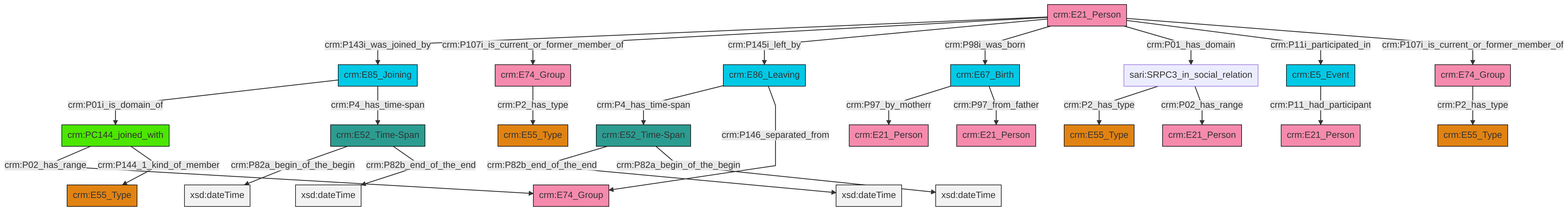
swiss-art-research-net/docs.swissartresearch keeps this Mermaid diagram as et/personCSV/ttl/mmd/png/Person_Actor_Relations.png. Above is the earlier version. Its source is kept beside it as et/personCSV/ttl/mmd/Person_Actor_Relations.ttl.mmd.
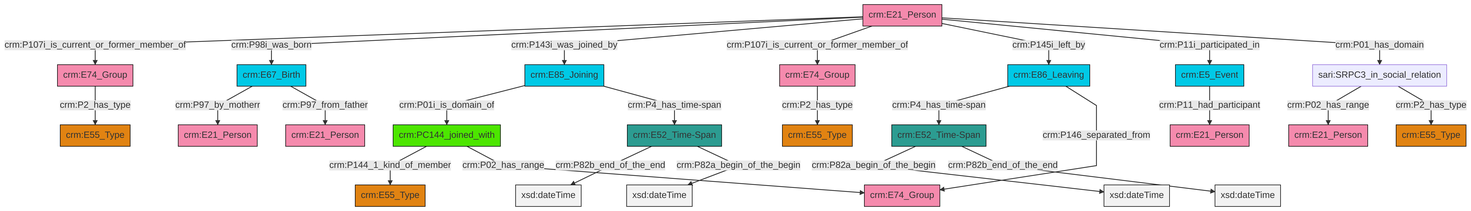
After the change.

Diff of the diagram source:
```diff
@@ -13,27 +13,27 @@
 classDef PC_Classes fill:#4ce600, stroke:#000000;
 classDef Multi fill:#cccccc,stroke:#000000;
 
-0["crm:E52_Time-Span"]:::Time-Span -->|crm:P82a_begin_of_the_begin| 1[xsd:dateTime]:::Literal
-4["crm:E21_Person"]:::Actor -->|crm:P143i_was_joined_by| 5["crm:E85_Joining"]:::Temporal_Entity
-10["crm:E67_Birth"]:::Temporal_Entity -->|crm:P97_by_motherr| 11["crm:E21_Person"]:::Actor
-17["crm:E74_Group"]:::Actor -->|crm:P2_has_type| 18["crm:E55_Type"]:::Type
-19["crm:E52_Time-Span"]:::Time-Span -->|crm:P82b_end_of_the_end| 20[xsd:dateTime]:::Literal
-0["crm:E52_Time-Span"]:::Time-Span -->|crm:P82b_end_of_the_end| 23[xsd:dateTime]:::Literal
-21["crm:E74_Group"]:::Actor -->|crm:P2_has_type| 7["crm:E55_Type"]:::Type
-4["crm:E21_Person"]:::Actor -->|crm:P107i_is_current_or_former_member_of| 17["crm:E74_Group"]:::Actor
-4["crm:E21_Person"]:::Actor -->|crm:P145i_left_by| 12["crm:E86_Leaving"]:::Temporal_Entity
-29["crm:PC144_joined_with"]:::PC_Classes -->|crm:P02_has_range| 30["crm:E74_Group"]:::Actor
-5["crm:E85_Joining"]:::Temporal_Entity -->|crm:P01i_is_domain_of| 29["crm:PC144_joined_with"]:::PC_Classes
-19["crm:E52_Time-Span"]:::Time-Span -->|crm:P82a_begin_of_the_begin| 32[xsd:dateTime]:::Literal
-4["crm:E21_Person"]:::Actor -->|crm:P98i_was_born| 10["crm:E67_Birth"]:::Temporal_Entity
-35["sari:SRPC3_in_social_relation"]:::Default -->|crm:P2_has_type| 36["crm:E55_Type"]:::Type
-10["crm:E67_Birth"]:::Temporal_Entity -->|crm:P97_from_father| 2["crm:E21_Person"]:::Actor
-4["crm:E21_Person"]:::Actor -->|crm:P01_has_domain| 35["sari:SRPC3_in_social_relation"]:::Default
-5["crm:E85_Joining"]:::Temporal_Entity -->|crm:P4_has_time-span| 0["crm:E52_Time-Span"]:::Time-Span
-12["crm:E86_Leaving"]:::Temporal_Entity -->|crm:P4_has_time-span| 19["crm:E52_Time-Span"]:::Time-Span
-35["sari:SRPC3_in_social_relation"]:::Default -->|crm:P02_has_range| 14["crm:E21_Person"]:::Actor
-27["crm:E5_Event"]:::Temporal_Entity -->|crm:P11_had_participant| 24["crm:E21_Person"]:::Actor
-4["crm:E21_Person"]:::Actor -->|crm:P11i_participated_in| 27["crm:E5_Event"]:::Temporal_Entity
-12["crm:E86_Leaving"]:::Temporal_Entity -->|crm:P146_separated_from| 30["crm:E74_Group"]:::Actor
-29["crm:PC144_joined_with"]:::PC_Classes -->|crm:P144_1_kind_of_member| 33["crm:E55_Type"]:::Type
-4["crm:E21_Person"]:::Actor -->|crm:P107i_is_current_or_former_member_of| 21["crm:E74_Group"]:::Actor
+0["sari:SRPC3_in_social_relation"]:::Default -->|crm:P02_has_range| 6["crm:E21_Person"]:::Actor
+9["crm:E52_Time-Span"]:::Time-Span -->|crm:P82b_end_of_the_end| 10[xsd:dateTime]:::Literal
+4["crm:E67_Birth"]:::Temporal_Entity -->|crm:P97_by_motherr| 18["crm:E21_Person"]:::Actor
+19["crm:E85_Joining"]:::Temporal_Entity -->|crm:P01i_is_domain_of| 20["crm:PC144_joined_with"]:::PC_Classes
+0["sari:SRPC3_in_social_relation"]:::Default -->|crm:P2_has_type| 7["crm:E55_Type"]:::Type
+31["crm:E21_Person"]:::Actor -->|crm:P107i_is_current_or_former_member_of| 26["crm:E74_Group"]:::Actor
+11["crm:E52_Time-Span"]:::Time-Span -->|crm:P82a_begin_of_the_begin| 32[xsd:dateTime]:::Literal
+31["crm:E21_Person"]:::Actor -->|crm:P98i_was_born| 4["crm:E67_Birth"]:::Temporal_Entity
+19["crm:E85_Joining"]:::Temporal_Entity -->|crm:P4_has_time-span| 9["crm:E52_Time-Span"]:::Time-Span
+20["crm:PC144_joined_with"]:::PC_Classes -->|crm:P144_1_kind_of_member| 13["crm:E55_Type"]:::Type
+9["crm:E52_Time-Span"]:::Time-Span -->|crm:P82a_begin_of_the_begin| 37[xsd:dateTime]:::Literal
+24["crm:E86_Leaving"]:::Temporal_Entity -->|crm:P4_has_time-span| 11["crm:E52_Time-Span"]:::Time-Span
+31["crm:E21_Person"]:::Actor -->|crm:P143i_was_joined_by| 19["crm:E85_Joining"]:::Temporal_Entity
+26["crm:E74_Group"]:::Actor -->|crm:P2_has_type| 15["crm:E55_Type"]:::Type
+24["crm:E86_Leaving"]:::Temporal_Entity -->|crm:P146_separated_from| 41["crm:E74_Group"]:::Actor
+11["crm:E52_Time-Span"]:::Time-Span -->|crm:P82b_end_of_the_end| 43[xsd:dateTime]:::Literal
+31["crm:E21_Person"]:::Actor -->|crm:P107i_is_current_or_former_member_of| 29["crm:E74_Group"]:::Actor
+29["crm:E74_Group"]:::Actor -->|crm:P2_has_type| 22["crm:E55_Type"]:::Type
+31["crm:E21_Person"]:::Actor -->|crm:P145i_left_by| 24["crm:E86_Leaving"]:::Temporal_Entity
+4["crm:E67_Birth"]:::Temporal_Entity -->|crm:P97_from_father| 33["crm:E21_Person"]:::Actor
+31["crm:E21_Person"]:::Actor -->|crm:P11i_participated_in| 2["crm:E5_Event"]:::Temporal_Entity
+31["crm:E21_Person"]:::Actor -->|crm:P01_has_domain| 0["sari:SRPC3_in_social_relation"]:::Default
+20["crm:PC144_joined_with"]:::PC_Classes -->|crm:P02_has_range| 41["crm:E74_Group"]:::Actor
+2["crm:E5_Event"]:::Temporal_Entity -->|crm:P11_had_participant| 39["crm:E21_Person"]:::Actor
```
